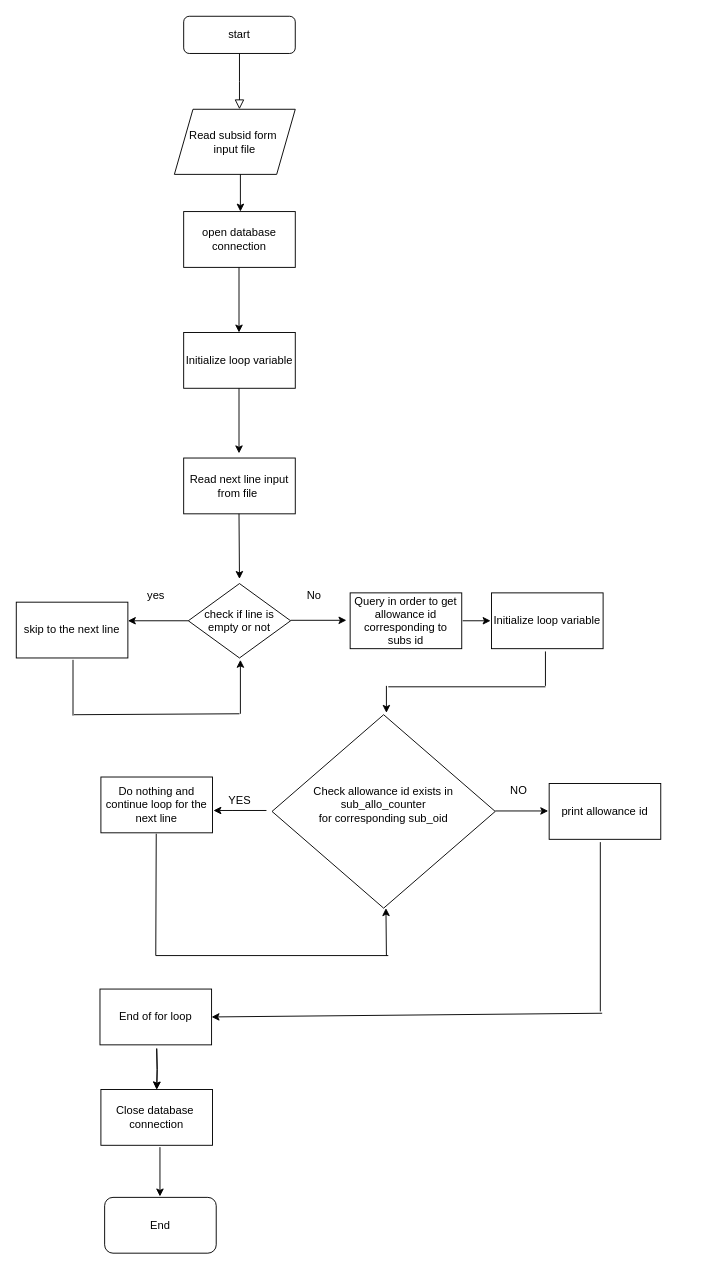
Earlier version of the draw.io diagram Untitled Diagram.drawio (amit-jha99/cv). Source tidied: cells renumbered, new cells numbered last; positions are measured from the earlier drawing's top-left corner, leaving out a move shared by most shapes. Both pictures are drawn from the tidied source at 93%, with x=0, y=0 at pixel (16, 16).
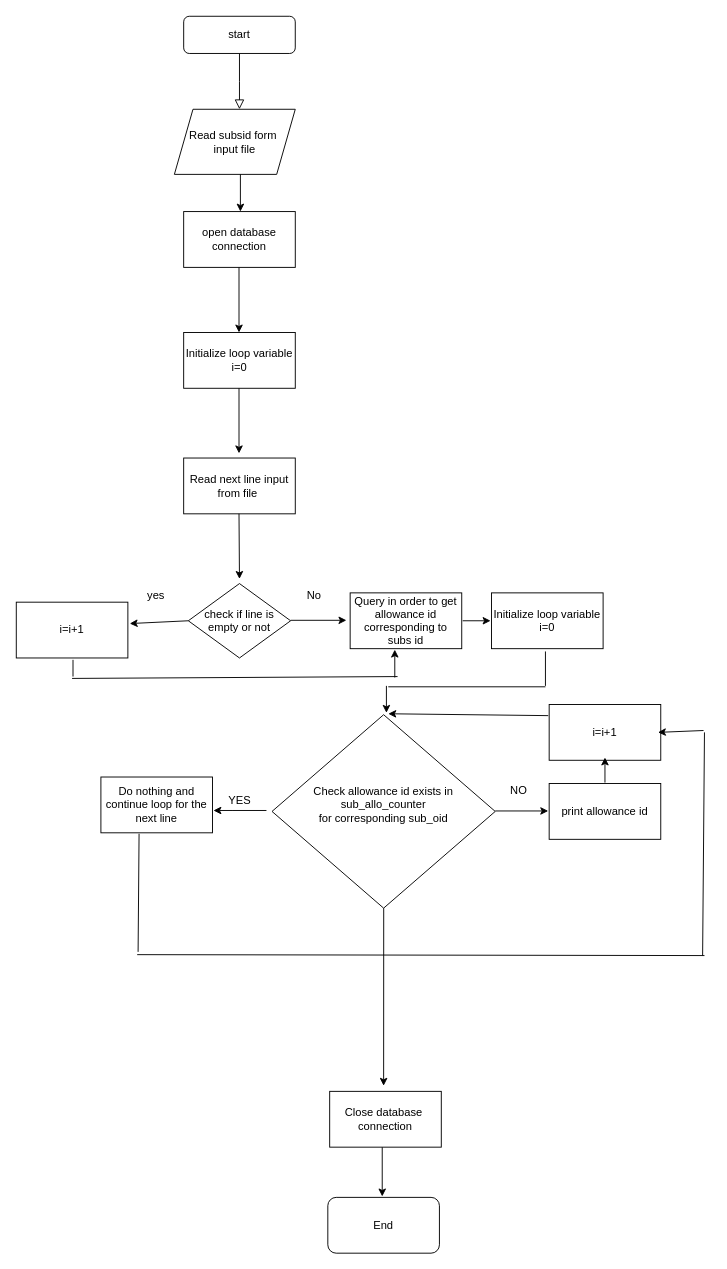
The same diagram, later.

Unchanged cells that the change refers to:
```xml
<mxCell id="11" value="check if line is empty or not" style="rhombus;whiteSpace=wrap;html=1;" parent="1" vertex="1">
  <mxGeometry x="185" y="610" width="110" height="80" as="geometry" />
</mxCell>
<mxCell id="21" value="Do nothing and continue loop for the next line" style="rounded=0;whiteSpace=wrap;html=1;" parent="1" vertex="1">
  <mxGeometry x="91" y="818" width="120" height="60" as="geometry" />
</mxCell>
```

Diff of the diagram source:
```diff
@@
-    <mxCell id="7" value="Initialize loop variable" style="rounded=0;whiteSpace=wrap;html=1;" parent="1" vertex="1">
+    <mxCell id="7" value="Initialize loop variable&lt;div&gt;i=0&lt;/div&gt;" style="rounded=0;whiteSpace=wrap;html=1;" parent="1" vertex="1">
       <mxGeometry x="180" y="340" width="120" height="60" as="geometry" />
     </mxCell>
@@
-    <mxCell id="12" style="endArrow=classic;html=1;rounded=0;" parent="1" edge="1">
-      <mxGeometry relative="1" as="geometry">
-        <mxPoint x="185" y="650" as="sourcePoint" />
-        <mxPoint x="120" y="650" as="targetPoint" />
-      </mxGeometry>
-    </mxCell>
@@
-    <mxCell id="14" value="skip to the next line" style="rounded=0;whiteSpace=wrap;html=1;" parent="1" vertex="1">
+    <mxCell id="14" value="i=i+1" style="rounded=0;whiteSpace=wrap;html=1;" parent="1" vertex="1">
       <mxGeometry y="630" width="120" height="60" as="geometry" />
     </mxCell>
@@
-    <mxCell id="20" style="edgeStyle=orthogonalEdgeStyle;rounded=0;jettySize=auto;html=1;" parent="1" edge="1" target="26">
-      <mxGeometry relative="1" as="geometry">
-        <mxPoint x="151" y="1110" as="sourcePoint" />
-      </mxGeometry>
-    </mxCell>
@@
     <mxCell id="24" style="endArrow=classic;html=1;rounded=0;" parent="1" edge="1">
       <mxGeometry relative="1" as="geometry">
-        <mxPoint x="154.5" y="1216" as="sourcePoint" />
-        <mxPoint x="154.5" y="1269" as="targetPoint" />
+        <mxPoint x="393.5" y="1216" as="sourcePoint" />
+        <mxPoint x="393.5" y="1269" as="targetPoint" />
       </mxGeometry>
     </mxCell>
     <mxCell id="25" value="End" style="rounded=1;whiteSpace=wrap;html=1;" parent="1" vertex="1">
-      <mxGeometry x="95" y="1270" width="120" height="60" as="geometry" />
+      <mxGeometry x="335" y="1270" width="120" height="60" as="geometry" />
     </mxCell>
     <mxCell id="26" value="Close database&amp;nbsp;&lt;div&gt;connection&lt;/div&gt;" style="rounded=0;whiteSpace=wrap;html=1;" parent="1" vertex="1">
-      <mxGeometry x="91" y="1154" width="120" height="60" as="geometry" />
+      <mxGeometry x="337" y="1156" width="120" height="60" as="geometry" />
     </mxCell>
@@
-    <mxCell id="30" value="Initialize loop variable" style="rounded=0;whiteSpace=wrap;html=1;" parent="1" vertex="1">
+    <mxCell id="30" value="Initialize loop variable&lt;div&gt;i=0&lt;/div&gt;" style="rounded=0;whiteSpace=wrap;html=1;" parent="1" vertex="1">
       <mxGeometry x="511" y="620" width="120" height="60" as="geometry" />
     </mxCell>
@@
-    <mxCell id="32" style="edgeStyle=orthogonalEdgeStyle;rounded=0;jettySize=auto;html=1;" parent="1" edge="1" target="26">
-      <mxGeometry relative="1" as="geometry">
-        <mxPoint x="151" y="1110" as="sourcePoint" />
-      </mxGeometry>
-    </mxCell>
-    <mxCell id="33" value="End of for loop" style="rounded=0;whiteSpace=wrap;html=1;" parent="1" vertex="1">
-      <mxGeometry x="90" y="1046" width="120" height="60" as="geometry" />
-    </mxCell>
-    <mxCell id="34" style="endArrow=none;html=1;rounded=0;" parent="1" edge="1">
-      <mxGeometry relative="1" as="geometry">
-        <mxPoint x="150" y="1010" as="sourcePoint" />
-        <mxPoint x="150.5" y="879" as="targetPoint" />
-      </mxGeometry>
-    </mxCell>
-    <mxCell id="35" style="endArrow=none;html=1;rounded=0;" parent="1" edge="1">
-      <mxGeometry relative="1" as="geometry">
-        <mxPoint x="150" y="1010" as="sourcePoint" />
-        <mxPoint x="400" y="1010" as="targetPoint" />
-      </mxGeometry>
-    </mxCell>
-    <mxCell id="36" style="endArrow=classic;html=1;rounded=0;" parent="1" edge="1">
-      <mxGeometry relative="1" as="geometry">
-        <mxPoint x="398" y="1010" as="sourcePoint" />
-        <mxPoint x="397.5" y="959" as="targetPoint" />
-      </mxGeometry>
-    </mxCell>
-    <mxCell id="37" style="endArrow=none;html=1;rounded=0;" parent="1" edge="1">
-      <mxGeometry relative="1" as="geometry">
-        <mxPoint x="628" y="1070" as="sourcePoint" />
-        <mxPoint x="628" y="888" as="targetPoint" />
-      </mxGeometry>
-    </mxCell>
-    <mxCell id="38" style="endArrow=classic;html=1;rounded=0;entryX=1;entryY=0.5;entryDx=0;entryDy=0;" parent="1" edge="1" target="33">
-      <mxGeometry relative="1" as="geometry">
-        <mxPoint x="630" y="1072" as="sourcePoint" />
-      </mxGeometry>
-    </mxCell>
     <mxCell id="39" style="endArrow=none;html=1;rounded=0;" parent="1" edge="1">
       <mxGeometry relative="1" as="geometry">
-        <mxPoint x="61" y="752" as="sourcePoint" />
+        <mxPoint x="61" y="710" as="sourcePoint" />
         <mxPoint x="61" y="692" as="targetPoint" />
       </mxGeometry>
     </mxCell>
-    <mxCell id="40" style="endArrow=none;html=1;rounded=0;" parent="1" edge="1">
-      <mxGeometry relative="1" as="geometry">
-        <mxPoint x="62" y="751" as="sourcePoint" />
-        <mxPoint x="240" y="750" as="targetPoint" />
-      </mxGeometry>
-    </mxCell>
-    <mxCell id="41" style="endArrow=classic;html=1;rounded=0;" parent="1" edge="1">
-      <mxGeometry relative="1" as="geometry">
-        <mxPoint x="241" y="750" as="sourcePoint" />
-        <mxPoint x="241" y="692" as="targetPoint" />
-      </mxGeometry>
-    </mxCell>
@@
+    <mxCell id="45" style="endArrow=none;html=1;rounded=0;" parent="1" edge="1">
+      <mxGeometry relative="1" as="geometry">
+        <mxPoint x="130" y="1009" as="sourcePoint" />
+        <mxPoint x="740" y="1010" as="targetPoint" />
+      </mxGeometry>
+    </mxCell>
+    <mxCell id="46" value="i=i+1" style="rounded=0;whiteSpace=wrap;html=1;" parent="1" vertex="1">
+      <mxGeometry x="573" y="740" width="120" height="60" as="geometry" />
+    </mxCell>
+    <mxCell id="47" style="endArrow=classic;html=1;rounded=0;" parent="1" edge="1">
+      <mxGeometry relative="1" as="geometry">
+        <mxPoint x="633" y="824" as="sourcePoint" />
+        <mxPoint x="633" y="797" as="targetPoint" />
+      </mxGeometry>
+    </mxCell>
+    <mxCell id="48" style="endArrow=none;html=1;rounded=0;entryX=0.342;entryY=1.017;entryDx=0;entryDy=0;entryPerimeter=0;" parent="1" edge="1" target="21">
+      <mxGeometry relative="1" as="geometry">
+        <mxPoint x="131" y="1006" as="sourcePoint" />
+      </mxGeometry>
+    </mxCell>
+    <mxCell id="49" style="endArrow=none;html=1;rounded=0;" parent="1" edge="1">
+      <mxGeometry relative="1" as="geometry">
+        <mxPoint x="738" y="1010" as="sourcePoint" />
+        <mxPoint x="740" y="770" as="targetPoint" />
+      </mxGeometry>
+    </mxCell>
+    <mxCell id="50" style="endArrow=classic;html=1;rounded=0;entryX=0.975;entryY=0.5;entryDx=0;entryDy=0;entryPerimeter=0;" parent="1" edge="1" target="46">
+      <mxGeometry relative="1" as="geometry">
+        <mxPoint x="739" y="768" as="sourcePoint" />
+      </mxGeometry>
+    </mxCell>
+    <mxCell id="51" style="endArrow=classic;html=1;rounded=0;" parent="1" edge="1">
+      <mxGeometry relative="1" as="geometry">
+        <mxPoint x="572" y="752" as="sourcePoint" />
+        <mxPoint x="400" y="750" as="targetPoint" />
+      </mxGeometry>
+    </mxCell>
+    <mxCell id="52" style="endArrow=classic;html=1;rounded=0;exitX=0.313;exitY=0.62;exitDx=0;exitDy=0;exitPerimeter=0;" parent="1" edge="1">
+      <mxGeometry relative="1" as="geometry">
+        <mxPoint x="395.1" y="959" as="sourcePoint" />
+        <mxPoint x="395" y="1150" as="targetPoint" />
+      </mxGeometry>
+    </mxCell>
+    <mxCell id="53" style="endArrow=classic;html=1;rounded=0;exitX=0;exitY=0.5;exitDx=0;exitDy=0;" parent="1" edge="1" source="11">
+      <mxGeometry relative="1" as="geometry">
+        <mxPoint x="122" y="653" as="targetPoint" />
+      </mxGeometry>
+    </mxCell>
+    <mxCell id="54" style="endArrow=none;html=1;rounded=0;" parent="1" edge="1">
+      <mxGeometry relative="1" as="geometry">
+        <mxPoint x="60" y="712" as="sourcePoint" />
+        <mxPoint x="410" y="710" as="targetPoint" />
+      </mxGeometry>
+    </mxCell>
+    <mxCell id="55" style="endArrow=classic;html=1;rounded=0;" parent="1" edge="1">
+      <mxGeometry relative="1" as="geometry">
+        <mxPoint x="407" y="711" as="sourcePoint" />
+        <mxPoint x="407" y="681" as="targetPoint" />
+      </mxGeometry>
+    </mxCell>
```
